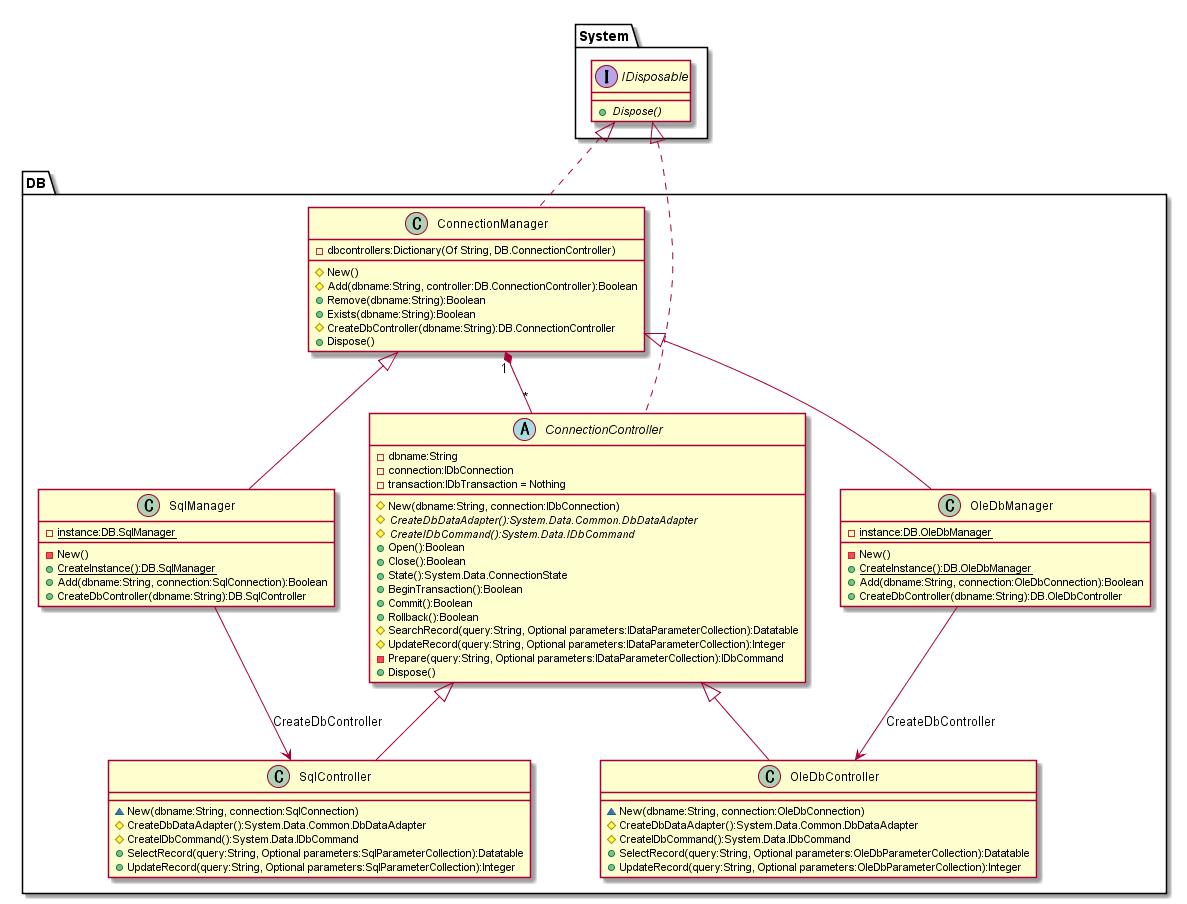
Before: doc/ClassDiagram/ConnectionControll.png, a diagram exported from PlantUML (hirorich/CommonTool).
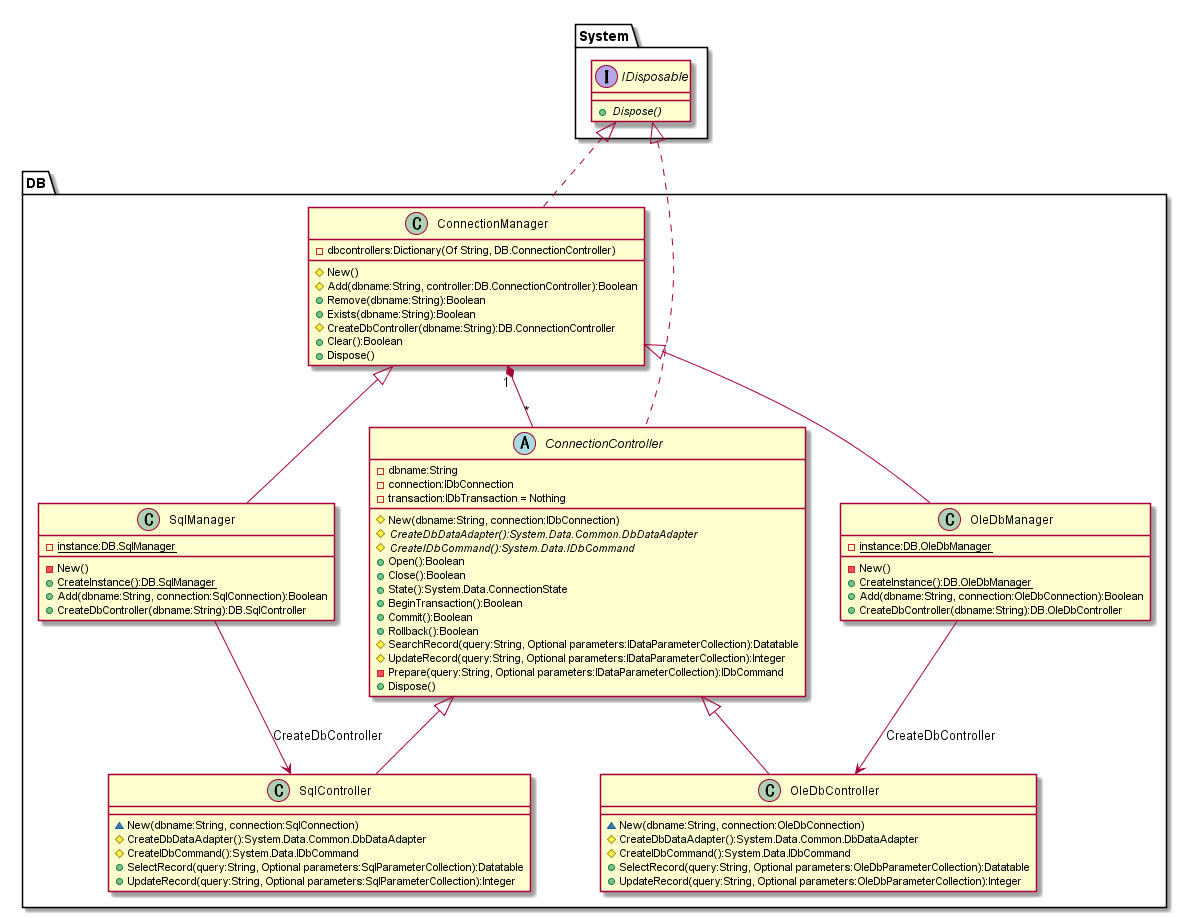
After the commit.

What changed in the source:
```diff
@@ -12,6 +12,7 @@
   + Remove(dbname:String):Boolean
   + Exists(dbname:String):Boolean
   # CreateDbController(dbname:String):DB.ConnectionController
+  + Clear():Boolean
   + Dispose()
 }
 System.IDisposable <|.. DB.ConnectionManager
```
